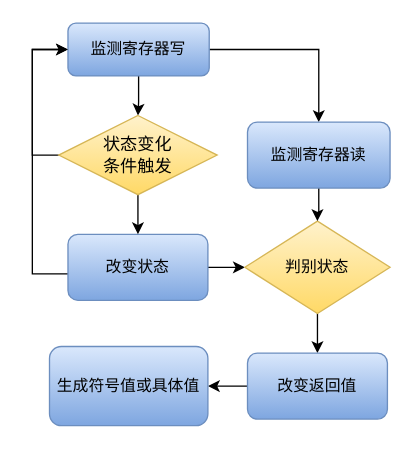
This is page "寄存器" (2 of 3) of DrawIO/BSThesis.drawio from dingiso/TEST_For_Everything, a draw.io file, before an edit. Source tidied: cells renumbered, new cells numbered last; positions are measured from the earlier drawing's top-left corner, leaving out a move shared by most shapes. Both pictures are drawn from the tidied source at 132%, with x=0, y=0 at pixel (32, 22).
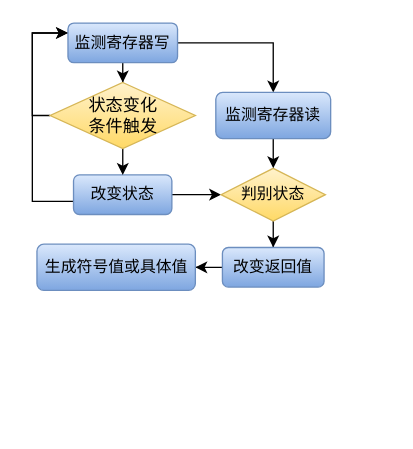
Above is the later version.

Diff of the diagram source:
```diff
@@
+    <mxCell id="3" style="edgeStyle=orthogonalEdgeStyle;rounded=0;jettySize=auto;html=1;entryX=0;entryY=0.5;entryDx=0;entryDy=0;fontFamily=Lucida Console;fontSize=12;" parent="1" edge="1" source="4" target="12">
+      <mxGeometry relative="1" as="geometry" />
+    </mxCell>
-    <mxCell id="2" style="edgeStyle=orthogonalEdgeStyle;rounded=0;jettySize=auto;html=1;entryX=0;entryY=0.5;entryDx=0;entryDy=0;fontFamily=Lucida Console;fontSize=12;" parent="1" edge="1" source="4" target="7">
+    <mxCell id="2" style="edgeStyle=orthogonalEdgeStyle;rounded=0;jettySize=auto;html=1;entryX=0;entryY=0.25;entryDx=0;entryDy=0;" parent="1" edge="1" source="4" target="7">
       <mxGeometry relative="1" as="geometry">
         <Array as="points">
-          <mxPoint y="190" />
-          <mxPoint y="20" />
+          <mxPoint y="135" />
+          <mxPoint y="8" />
         </Array>
       </mxGeometry>
     </mxCell>
-    <mxCell id="3" style="edgeStyle=orthogonalEdgeStyle;rounded=0;jettySize=auto;html=1;entryX=0;entryY=0.5;entryDx=0;entryDy=0;fontFamily=Lucida Console;fontSize=12;" parent="1" edge="1" source="4" target="12">
-      <mxGeometry relative="1" as="geometry" />
-    </mxCell>
     <mxCell id="4" value="改变状态" style="rounded=1;whiteSpace=wrap;html=1;fontFamily=Lucida Console;fontSize=12;strokeWidth=1;fillColor=#dae8fc;gradientColor=#7ea6e0;strokeColor=#6c8ebf;" parent="1" vertex="1">
-      <mxGeometry x="27" y="160" width="106" height="50" as="geometry" />
+      <mxGeometry x="31.2" y="115" width="74.5" height="30" as="geometry" />
     </mxCell>
@@
     <mxCell id="7" value="&lt;div style=&quot;font-size: 12px&quot;&gt;监测寄存器写&lt;/div&gt;" style="rounded=1;whiteSpace=wrap;html=1;fontFamily=Lucida Console;fontSize=12;strokeWidth=1;fillColor=#dae8fc;gradientColor=#7ea6e0;strokeColor=#6c8ebf;" parent="1" vertex="1">
-      <mxGeometry x="27" width="107" height="40" as="geometry" />
+      <mxGeometry x="27" width="83" height="30" as="geometry" />
     </mxCell>
     <mxCell id="8" style="edgeStyle=orthogonalEdgeStyle;rounded=0;jettySize=auto;html=1;fontFamily=Lucida Console;fontSize=12;" parent="1" edge="1" source="10" target="4">
-      <mxGeometry relative="1" as="geometry" />
+      <mxGeometry relative="1" as="geometry">
+        <Array as="points">
+          <mxPoint x="68" y="140" />
+          <mxPoint x="68" y="140" />
+        </Array>
+      </mxGeometry>
     </mxCell>
-    <mxCell id="9" style="edgeStyle=orthogonalEdgeStyle;rounded=0;jettySize=auto;html=1;entryX=0;entryY=0.5;entryDx=0;entryDy=0;fontFamily=Lucida Console;fontSize=12;" parent="1" edge="1" source="10" target="7">
+    <mxCell id="9" style="edgeStyle=orthogonalEdgeStyle;rounded=0;jettySize=auto;html=1;entryX=0;entryY=0.25;entryDx=0;entryDy=0;" parent="1" edge="1" source="10" target="7">
       <mxGeometry relative="1" as="geometry">
         <Array as="points">
-          <mxPoint y="100" />
-          <mxPoint y="20" />
+          <mxPoint y="70" />
+          <mxPoint y="8" />
         </Array>
       </mxGeometry>
     </mxCell>
     <mxCell id="10" value="&lt;div style=&quot;font-size: 13px&quot;&gt;&lt;font style=&quot;font-size: 13px&quot;&gt;状态变化&lt;/font&gt;&lt;/div&gt;&lt;div style=&quot;font-size: 13px&quot;&gt;&lt;font style=&quot;font-size: 13px&quot;&gt;条件触发&lt;/font&gt;&lt;/div&gt;" style="rhombus;whiteSpace=wrap;html=1;fontFamily=Lucida Console;fontSize=13;strokeWidth=1;fillColor=#fff2cc;gradientColor=#ffd966;strokeColor=#d6b656;" parent="1" vertex="1">
-      <mxGeometry x="20" y="70" width="120" height="60" as="geometry" />
+      <mxGeometry x="13.5" y="45" width="110" height="50" as="geometry" />
     </mxCell>
@@
     <mxCell id="12" value="判别状态" style="rhombus;whiteSpace=wrap;html=1;fontFamily=Lucida Console;fontSize=12;strokeWidth=1;fillColor=#fff2cc;gradientColor=#ffd966;strokeColor=#d6b656;" parent="1" vertex="1">
-      <mxGeometry x="161" y="150" width="110" height="70" as="geometry" />
+      <mxGeometry x="143" y="110" width="79" height="40" as="geometry" />
     </mxCell>
@@
     <mxCell id="14" value="改变返回值" style="rounded=1;whiteSpace=wrap;html=1;fontFamily=Lucida Console;fontSize=12;strokeWidth=1;fillColor=#dae8fc;gradientColor=#7ea6e0;strokeColor=#6c8ebf;" parent="1" vertex="1">
-      <mxGeometry x="163" y="250" width="106" height="50" as="geometry" />
+      <mxGeometry x="144" y="170" width="77" height="30" as="geometry" />
     </mxCell>
-    <mxCell id="15" style="edgeStyle=orthogonalEdgeStyle;rounded=0;jettySize=auto;html=1;entryX=0.5;entryY=0;entryDx=0;entryDy=0;fontFamily=Lucida Console;fontSize=12;" parent="1" edge="1" source="16" target="12">
+    <mxCell id="15" style="edgeStyle=orthogonalEdgeStyle;rounded=0;jettySize=auto;html=1;entryX=0.5;entryY=0;entryDx=0;entryDy=0;" parent="1" edge="1" source="16" target="12">
       <mxGeometry relative="1" as="geometry" />
     </mxCell>
     <mxCell id="16" value="监测寄存器读" style="rounded=1;whiteSpace=wrap;html=1;fontFamily=Lucida Console;fontSize=12;strokeWidth=1;fillColor=#dae8fc;gradientColor=#7ea6e0;strokeColor=#6c8ebf;" parent="1" vertex="1">
-      <mxGeometry x="163" y="75" width="108" height="50" as="geometry" />
+      <mxGeometry x="139" y="52.5" width="87" height="35" as="geometry" />
     </mxCell>
     <mxCell id="17" value="生成符号值或具体值" style="rounded=1;whiteSpace=wrap;html=1;fontFamily=Lucida Console;fontSize=12;strokeWidth=1;fillColor=#dae8fc;gradientColor=#7ea6e0;strokeColor=#6c8ebf;" parent="1" vertex="1">
-      <mxGeometry x="13" y="245" width="120" height="60" as="geometry" />
+      <mxGeometry x="3.5" y="167.5" width="120" height="35" as="geometry" />
     </mxCell>
```
